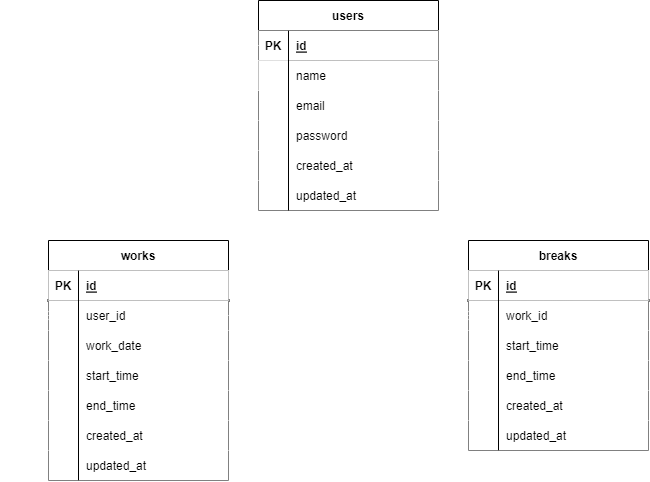
Before: attendance.drawio.png, a diagram exported from draw.io (MinaYamamoto/attendance). Source tidied: cells renumbered, new cells last; positions are measured from the earlier drawing's top-left corner, leaving out a move shared by most shapes. Its diagram source:
```xml
<mxGraphModel>
  <root>
    <mxCell id="0" />
    <mxCell id="1" parent="0" />
    <mxCell id="2" value="users" style="shape=table;startSize=30;rowLines=0;fontStyle=1;align=center;" parent="1" vertex="1">
      <mxGeometry x="250" width="180" height="210" as="geometry" />
    </mxCell>
    <mxCell id="3" style="shape=tableRow;horizontal=0;startSize=0;swimlaneHead=0;swimlaneBody=0;fillColor=none;points=[[0,0.5],[1,0.5]];portConstraint=eastwest;top=0;left=0;right=0;bottom=1;" parent="2" vertex="1">
      <mxGeometry y="30" width="180" height="30" as="geometry" />
    </mxCell>
    <mxCell id="4" value="PK" style="shape=partialRectangle;fillColor=default;top=0;left=0;bottom=0;right=0;fontStyle=1;overflow=hidden;" parent="3" vertex="1">
      <mxGeometry width="30" height="30" as="geometry" />
    </mxCell>
    <mxCell id="5" value="id" style="shape=partialRectangle;fillColor=default;top=0;left=0;bottom=0;right=0;align=left;spacingLeft=6;fontStyle=5;overflow=hidden;" parent="3" vertex="1">
      <mxGeometry x="30" width="150" height="30" as="geometry" />
    </mxCell>
    <mxCell id="6" style="shape=tableRow;horizontal=0;startSize=0;swimlaneHead=0;swimlaneBody=0;fillColor=default;top=0;left=0;right=0;bottom=0;" parent="2" vertex="1">
      <mxGeometry y="60" width="180" height="30" as="geometry" />
    </mxCell>
    <mxCell id="7" style="shape=partialRectangle;fillColor=default;top=0;left=0;bottom=0;right=0;overflow=hidden;" parent="6" vertex="1">
      <mxGeometry width="30" height="30" as="geometry" />
    </mxCell>
    <mxCell id="8" value="name" style="shape=partialRectangle;fillColor=none;top=0;left=0;bottom=0;right=0;align=left;spacingLeft=6;overflow=hidden;" parent="6" vertex="1">
      <mxGeometry x="30" width="150" height="30" as="geometry" />
    </mxCell>
    <mxCell id="9" style="shape=tableRow;horizontal=0;startSize=0;swimlaneHead=0;swimlaneBody=0;fillColor=default;top=0;left=0;right=0;bottom=0;" parent="2" vertex="1">
      <mxGeometry y="90" width="180" height="30" as="geometry" />
    </mxCell>
    <mxCell id="10" style="shape=partialRectangle;fillColor=none;top=0;left=0;bottom=0;right=0;overflow=hidden;" parent="9" vertex="1">
      <mxGeometry width="30" height="30" as="geometry" />
    </mxCell>
    <mxCell id="11" value="email" style="shape=partialRectangle;fillColor=none;top=0;left=0;bottom=0;right=0;align=left;spacingLeft=6;overflow=hidden;" parent="9" vertex="1">
      <mxGeometry x="30" width="150" height="30" as="geometry" />
    </mxCell>
    <mxCell id="12" style="shape=tableRow;horizontal=0;startSize=0;swimlaneHead=0;swimlaneBody=0;fillColor=default;top=0;left=0;right=0;bottom=0;" parent="2" vertex="1">
      <mxGeometry y="120" width="180" height="30" as="geometry" />
    </mxCell>
    <mxCell id="13" style="shape=partialRectangle;fillColor=none;top=0;left=0;bottom=0;right=0;overflow=hidden;" parent="12" vertex="1">
      <mxGeometry width="30" height="30" as="geometry" />
    </mxCell>
    <mxCell id="14" value="password" style="shape=partialRectangle;fillColor=none;top=0;left=0;bottom=0;right=0;align=left;spacingLeft=6;overflow=hidden;" parent="12" vertex="1">
      <mxGeometry x="30" width="150" height="30" as="geometry" />
    </mxCell>
    <mxCell id="15" style="shape=tableRow;horizontal=0;startSize=0;swimlaneHead=0;swimlaneBody=0;fillColor=default;top=0;left=0;right=0;bottom=0;" parent="2" vertex="1">
      <mxGeometry y="150" width="180" height="30" as="geometry" />
    </mxCell>
    <mxCell id="16" style="shape=partialRectangle;fillColor=none;top=0;left=0;bottom=0;right=0;overflow=hidden;" parent="15" vertex="1">
      <mxGeometry width="30" height="30" as="geometry" />
    </mxCell>
    <mxCell id="17" value="created_at" style="shape=partialRectangle;fillColor=none;top=0;left=0;bottom=0;right=0;align=left;spacingLeft=6;overflow=hidden;" parent="15" vertex="1">
      <mxGeometry x="30" width="150" height="30" as="geometry" />
    </mxCell>
    <mxCell id="18" style="shape=tableRow;horizontal=0;startSize=0;swimlaneHead=0;swimlaneBody=0;fillColor=default;top=0;left=0;right=0;bottom=0;" parent="2" vertex="1">
      <mxGeometry y="180" width="180" height="30" as="geometry" />
    </mxCell>
    <mxCell id="19" style="shape=partialRectangle;fillColor=none;top=0;left=0;bottom=0;right=0;overflow=hidden;" parent="18" vertex="1">
      <mxGeometry width="30" height="30" as="geometry" />
    </mxCell>
    <mxCell id="20" value="updated_at" style="shape=partialRectangle;fillColor=none;top=0;left=0;bottom=0;right=0;align=left;spacingLeft=6;overflow=hidden;" parent="18" vertex="1">
      <mxGeometry x="30" width="150" height="30" as="geometry" />
    </mxCell>
    <mxCell id="21" style="line;strokeWidth=1;dashed=0;labelPosition=right;align=left;verticalAlign=middle;spacingTop=0;spacingLeft=6;fillColor=default;direction=south;" parent="1" vertex="1">
      <mxGeometry x="275" y="30" width="10" height="180" as="geometry" />
    </mxCell>
    <mxCell id="22" value="works" style="shape=table;startSize=30;rowLines=0;fontStyle=1;align=center;strokeWidth=1;fillColor=default;" parent="1" vertex="1">
      <mxGeometry x="40" y="240" width="180" height="240" as="geometry" />
    </mxCell>
    <mxCell id="23" style="shape=tableRow;horizontal=0;startSize=0;swimlaneHead=0;swimlaneBody=0;fillColor=default;top=0;left=0;right=0;bottom=1;strokeWidth=2;" parent="22" vertex="1">
      <mxGeometry y="30" width="180" height="30" as="geometry" />
    </mxCell>
    <mxCell id="24" value="PK" style="shape=partialRectangle;fillColor=default;top=0;left=0;bottom=0;right=0;fontStyle=1;overflow=hidden;strokeWidth=2;" parent="23" vertex="1">
      <mxGeometry width="30" height="30" as="geometry" />
    </mxCell>
    <mxCell id="25" value="id" style="shape=partialRectangle;fillColor=default;top=0;left=0;bottom=0;right=0;align=left;spacingLeft=6;fontStyle=5;overflow=hidden;strokeWidth=2;" parent="23" vertex="1">
      <mxGeometry x="30" width="150" height="30" as="geometry" />
    </mxCell>
    <mxCell id="26" style="shape=tableRow;horizontal=0;startSize=0;swimlaneHead=0;swimlaneBody=0;fillColor=none;points=[[0,0.5],[1,0.5]];portConstraint=eastwest;top=0;left=0;right=0;bottom=0;strokeWidth=2;" parent="22" vertex="1">
      <mxGeometry y="60" width="180" height="30" as="geometry" />
    </mxCell>
    <mxCell id="27" style="shape=partialRectangle;fillColor=default;top=0;left=0;bottom=0;right=0;overflow=hidden;strokeWidth=2;" parent="26" vertex="1">
      <mxGeometry width="30" height="30" as="geometry" />
    </mxCell>
    <mxCell id="28" value="user_id" style="shape=partialRectangle;fillColor=default;top=0;left=0;bottom=0;right=0;align=left;spacingLeft=6;overflow=hidden;strokeWidth=2;" parent="26" vertex="1">
      <mxGeometry x="30" width="150" height="30" as="geometry" />
    </mxCell>
    <mxCell id="29" style="shape=tableRow;horizontal=0;startSize=0;swimlaneHead=0;swimlaneBody=0;fillColor=none;top=0;left=0;right=0;bottom=0;strokeWidth=2;" parent="22" vertex="1">
      <mxGeometry y="90" width="180" height="30" as="geometry" />
    </mxCell>
    <mxCell id="30" style="shape=partialRectangle;fillColor=default;top=0;left=0;bottom=0;right=0;overflow=hidden;strokeWidth=2;" parent="29" vertex="1">
      <mxGeometry width="30" height="30" as="geometry" />
    </mxCell>
    <mxCell id="31" value="work_date" style="shape=partialRectangle;fillColor=default;top=0;left=0;bottom=0;right=0;align=left;spacingLeft=6;overflow=hidden;strokeWidth=2;" parent="29" vertex="1">
      <mxGeometry x="30" width="150" height="30" as="geometry" />
    </mxCell>
    <mxCell id="32" style="shape=tableRow;horizontal=0;startSize=0;swimlaneHead=0;swimlaneBody=0;fillColor=none;top=0;left=0;right=0;bottom=0;strokeWidth=2;" parent="22" vertex="1">
      <mxGeometry y="120" width="180" height="30" as="geometry" />
    </mxCell>
    <mxCell id="33" style="shape=partialRectangle;fillColor=default;top=0;left=0;bottom=0;right=0;overflow=hidden;strokeWidth=2;" parent="32" vertex="1">
      <mxGeometry width="30" height="30" as="geometry" />
    </mxCell>
    <mxCell id="34" value="start_time" style="shape=partialRectangle;fillColor=default;top=0;left=0;bottom=0;right=0;align=left;spacingLeft=6;overflow=hidden;strokeWidth=2;" parent="32" vertex="1">
      <mxGeometry x="30" width="150" height="30" as="geometry" />
    </mxCell>
    <mxCell id="35" style="shape=tableRow;horizontal=0;startSize=0;swimlaneHead=0;swimlaneBody=0;fillColor=none;top=0;left=0;right=0;bottom=0;strokeWidth=2;" parent="22" vertex="1">
      <mxGeometry y="150" width="180" height="30" as="geometry" />
    </mxCell>
    <mxCell id="36" style="shape=partialRectangle;fillColor=default;top=0;left=0;bottom=0;right=0;overflow=hidden;strokeWidth=2;" parent="35" vertex="1">
      <mxGeometry width="30" height="30" as="geometry" />
    </mxCell>
    <mxCell id="37" value="end_time" style="shape=partialRectangle;fillColor=default;top=0;left=0;bottom=0;right=0;align=left;spacingLeft=6;overflow=hidden;strokeWidth=2;" parent="35" vertex="1">
      <mxGeometry x="30" width="150" height="30" as="geometry" />
    </mxCell>
    <mxCell id="38" style="shape=tableRow;horizontal=0;startSize=0;swimlaneHead=0;swimlaneBody=0;fillColor=none;top=0;left=0;right=0;bottom=0;strokeWidth=2;" parent="22" vertex="1">
      <mxGeometry y="180" width="180" height="30" as="geometry" />
    </mxCell>
    <mxCell id="39" style="shape=partialRectangle;fillColor=default;top=0;left=0;bottom=0;right=0;overflow=hidden;strokeWidth=2;" parent="38" vertex="1">
      <mxGeometry width="30" height="30" as="geometry" />
    </mxCell>
    <mxCell id="40" value="created_at" style="shape=partialRectangle;fillColor=default;top=0;left=0;bottom=0;right=0;align=left;spacingLeft=6;overflow=hidden;strokeWidth=2;" parent="38" vertex="1">
      <mxGeometry x="30" width="150" height="30" as="geometry" />
    </mxCell>
    <mxCell id="41" style="shape=tableRow;horizontal=0;startSize=0;swimlaneHead=0;swimlaneBody=0;fillColor=none;top=0;left=0;right=0;bottom=0;strokeWidth=2;" parent="22" vertex="1">
      <mxGeometry y="210" width="180" height="30" as="geometry" />
    </mxCell>
    <mxCell id="42" style="shape=partialRectangle;fillColor=default;top=0;left=0;bottom=0;right=0;overflow=hidden;strokeWidth=2;" parent="41" vertex="1">
      <mxGeometry width="30" height="30" as="geometry" />
    </mxCell>
    <mxCell id="43" value="updated_at" style="shape=partialRectangle;fillColor=default;top=0;left=0;bottom=0;right=0;align=left;spacingLeft=6;overflow=hidden;strokeWidth=2;" parent="41" vertex="1">
      <mxGeometry x="30" width="150" height="30" as="geometry" />
    </mxCell>
    <mxCell id="44" value="breaks" style="shape=table;startSize=30;rowLines=0;fontStyle=1;align=center;strokeWidth=1;fillColor=default;" parent="1" vertex="1">
      <mxGeometry x="460" y="240" width="180" height="210" as="geometry" />
    </mxCell>
    <mxCell id="45" style="shape=tableRow;horizontal=0;startSize=0;swimlaneHead=0;swimlaneBody=0;fillColor=default;top=0;left=0;right=0;bottom=1;strokeWidth=2;" parent="44" vertex="1">
      <mxGeometry y="30" width="180" height="30" as="geometry" />
    </mxCell>
    <mxCell id="46" value="PK" style="shape=partialRectangle;fillColor=default;top=0;left=0;bottom=0;right=0;fontStyle=1;overflow=hidden;strokeWidth=2;" parent="45" vertex="1">
      <mxGeometry width="30" height="30" as="geometry" />
    </mxCell>
    <mxCell id="47" value="id" style="shape=partialRectangle;fillColor=default;top=0;left=0;bottom=0;right=0;align=left;spacingLeft=6;fontStyle=5;overflow=hidden;strokeWidth=2;" parent="45" vertex="1">
      <mxGeometry x="30" width="150" height="30" as="geometry" />
    </mxCell>
    <mxCell id="48" style="shape=tableRow;horizontal=0;startSize=0;swimlaneHead=0;swimlaneBody=0;fillColor=none;points=[[0,0.5],[1,0.5]];portConstraint=eastwest;top=0;left=0;right=0;bottom=0;strokeWidth=2;" parent="44" vertex="1">
      <mxGeometry y="60" width="180" height="30" as="geometry" />
    </mxCell>
    <mxCell id="49" style="shape=partialRectangle;fillColor=default;top=0;left=0;bottom=0;right=0;overflow=hidden;strokeWidth=2;" parent="48" vertex="1">
      <mxGeometry width="30" height="30" as="geometry" />
    </mxCell>
    <mxCell id="50" value="work_id" style="shape=partialRectangle;fillColor=default;top=0;left=0;bottom=0;right=0;align=left;spacingLeft=6;overflow=hidden;strokeWidth=2;" parent="48" vertex="1">
      <mxGeometry x="30" width="150" height="30" as="geometry" />
    </mxCell>
    <mxCell id="51" style="shape=tableRow;horizontal=0;startSize=0;swimlaneHead=0;swimlaneBody=0;fillColor=none;top=0;left=0;right=0;bottom=0;strokeWidth=2;" parent="44" vertex="1">
      <mxGeometry y="90" width="180" height="30" as="geometry" />
    </mxCell>
    <mxCell id="52" style="shape=partialRectangle;fillColor=default;top=0;left=0;bottom=0;right=0;overflow=hidden;strokeWidth=2;" parent="51" vertex="1">
      <mxGeometry width="30" height="30" as="geometry" />
    </mxCell>
    <mxCell id="53" value="start_time" style="shape=partialRectangle;fillColor=default;top=0;left=0;bottom=0;right=0;align=left;spacingLeft=6;overflow=hidden;strokeWidth=2;" parent="51" vertex="1">
      <mxGeometry x="30" width="150" height="30" as="geometry" />
    </mxCell>
    <mxCell id="54" style="shape=tableRow;horizontal=0;startSize=0;swimlaneHead=0;swimlaneBody=0;fillColor=none;top=0;left=0;right=0;bottom=0;strokeWidth=2;" parent="44" vertex="1">
      <mxGeometry y="120" width="180" height="30" as="geometry" />
    </mxCell>
    <mxCell id="55" style="shape=partialRectangle;fillColor=default;top=0;left=0;bottom=0;right=0;overflow=hidden;strokeWidth=2;" parent="54" vertex="1">
      <mxGeometry width="30" height="30" as="geometry" />
    </mxCell>
    <mxCell id="56" value="end_time" style="shape=partialRectangle;fillColor=default;top=0;left=0;bottom=0;right=0;align=left;spacingLeft=6;overflow=hidden;strokeWidth=2;" parent="54" vertex="1">
      <mxGeometry x="30" width="150" height="30" as="geometry" />
    </mxCell>
    <mxCell id="57" style="shape=tableRow;horizontal=0;startSize=0;swimlaneHead=0;swimlaneBody=0;fillColor=none;top=0;left=0;right=0;bottom=0;strokeWidth=2;" parent="44" vertex="1">
      <mxGeometry y="150" width="180" height="30" as="geometry" />
    </mxCell>
    <mxCell id="58" style="shape=partialRectangle;fillColor=default;top=0;left=0;bottom=0;right=0;overflow=hidden;strokeWidth=2;" parent="57" vertex="1">
      <mxGeometry width="30" height="30" as="geometry" />
    </mxCell>
    <mxCell id="59" value="created_at" style="shape=partialRectangle;fillColor=default;top=0;left=0;bottom=0;right=0;align=left;spacingLeft=6;overflow=hidden;strokeWidth=2;" parent="57" vertex="1">
      <mxGeometry x="30" width="150" height="30" as="geometry" />
    </mxCell>
    <mxCell id="60" style="shape=tableRow;horizontal=0;startSize=0;swimlaneHead=0;swimlaneBody=0;fillColor=none;top=0;left=0;right=0;bottom=0;strokeWidth=2;" parent="44" vertex="1">
      <mxGeometry y="180" width="180" height="30" as="geometry" />
    </mxCell>
    <mxCell id="61" style="shape=partialRectangle;fillColor=default;top=0;left=0;bottom=0;right=0;overflow=hidden;strokeWidth=2;" parent="60" vertex="1">
      <mxGeometry width="30" height="30" as="geometry" />
    </mxCell>
    <mxCell id="62" value="updated_at" style="shape=partialRectangle;fillColor=default;top=0;left=0;bottom=0;right=0;align=left;spacingLeft=6;overflow=hidden;strokeWidth=2;" parent="60" vertex="1">
      <mxGeometry x="30" width="150" height="30" as="geometry" />
    </mxCell>
    <mxCell id="63" style="line;strokeWidth=1;dashed=0;labelPosition=right;align=left;verticalAlign=middle;spacingTop=0;spacingLeft=6;fillColor=default;direction=south;" parent="1" vertex="1">
      <mxGeometry x="65" y="270" width="10" height="210" as="geometry" />
    </mxCell>
    <mxCell id="64" style="line;strokeWidth=1;dashed=0;labelPosition=right;align=left;verticalAlign=middle;spacingTop=0;spacingLeft=6;fillColor=default;direction=south;" parent="1" vertex="1">
      <mxGeometry x="485" y="270" width="10" height="180" as="geometry" />
    </mxCell>
    <mxCell id="65" style="edgeStyle=entityRelationEdgeStyle;fontSize=12;html=1;endArrow=ERzeroToMany;startArrow=ERmandOne;exitX=1;exitY=0.5;exitDx=0;exitDy=0;fillColor=#eeeeee;strokeColor=#FFFFFF;entryX=0;entryY=0.5;entryDx=0;entryDy=0;" parent="1" edge="1" source="26" target="48">
      <mxGeometry relative="1" as="geometry" />
    </mxCell>
    <mxCell id="66" style="edgeStyle=orthogonalEdgeStyle;fontSize=12;html=1;endArrow=ERzeroToMany;startArrow=ERmandOne;rounded=0;exitX=0;exitY=0.5;exitDx=0;exitDy=0;entryX=0;entryY=0.5;entryDx=0;entryDy=0;fillColor=#eeeeee;strokeColor=#FFFFFF;" parent="1" edge="1" source="3" target="26">
      <mxGeometry relative="1" as="geometry">
        <Array as="points">
          <mxPoint y="45" />
          <mxPoint y="315" />
        </Array>
      </mxGeometry>
    </mxCell>
  </root>
</mxGraphModel>
```
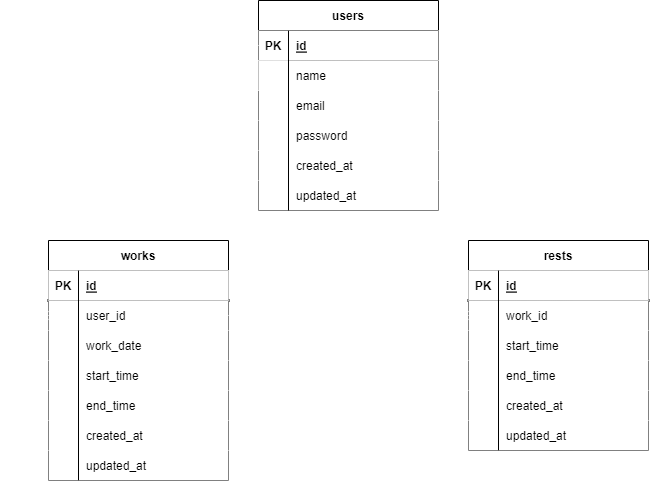
Above is the later version.

Diff of the diagram source:
```diff
@@ -128,7 +128,7 @@
     <mxCell id="43" value="updated_at" style="shape=partialRectangle;fillColor=default;top=0;left=0;bottom=0;right=0;align=left;spacingLeft=6;overflow=hidden;strokeWidth=2;" parent="41" vertex="1">
       <mxGeometry x="30" width="150" height="30" as="geometry" />
     </mxCell>
-    <mxCell id="44" value="breaks" style="shape=table;startSize=30;rowLines=0;fontStyle=1;align=center;strokeWidth=1;fillColor=default;" parent="1" vertex="1">
+    <mxCell id="44" value="rests" style="shape=table;startSize=30;rowLines=0;fontStyle=1;align=center;strokeWidth=1;fillColor=default;" parent="1" vertex="1">
       <mxGeometry x="460" y="240" width="180" height="210" as="geometry" />
     </mxCell>
     <mxCell id="45" style="shape=tableRow;horizontal=0;startSize=0;swimlaneHead=0;swimlaneBody=0;fillColor=default;top=0;left=0;right=0;bottom=1;strokeWidth=2;" parent="44" vertex="1">
```
